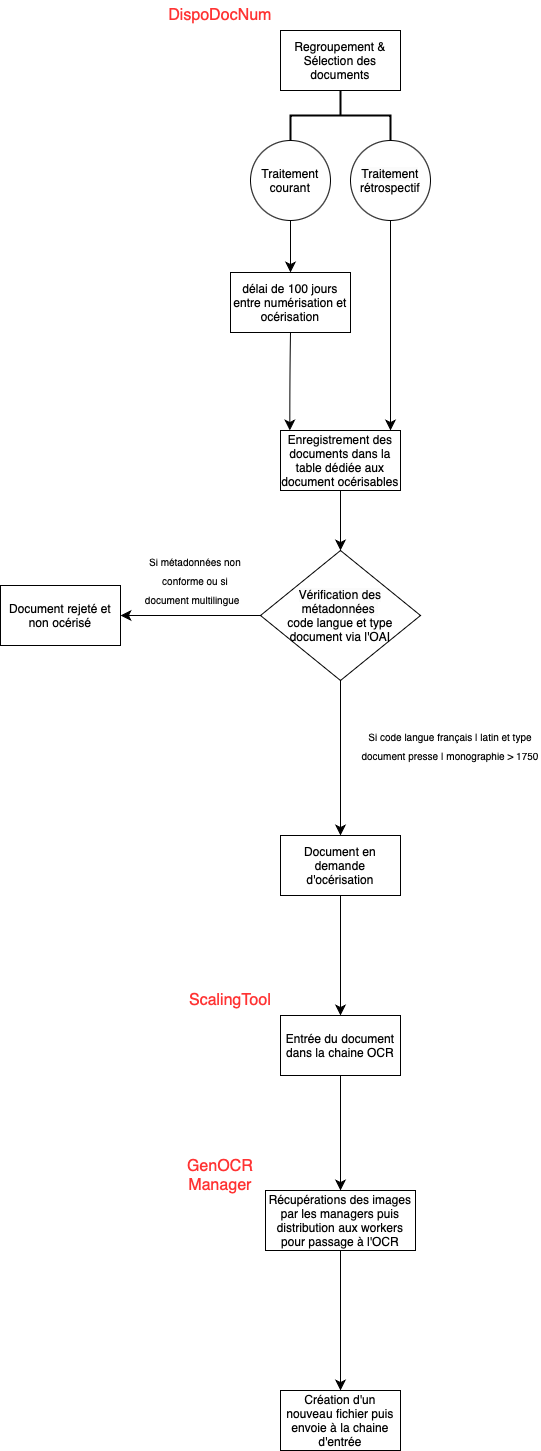
This is chaine_ocr_bnf.drawio.png from MPappia/flask_exercices, a draw.io export, as it was before one commit. Source tidied: cells renumbered, new cells last; positions are measured from the earlier drawing's top-left corner, leaving out a move shared by most shapes.
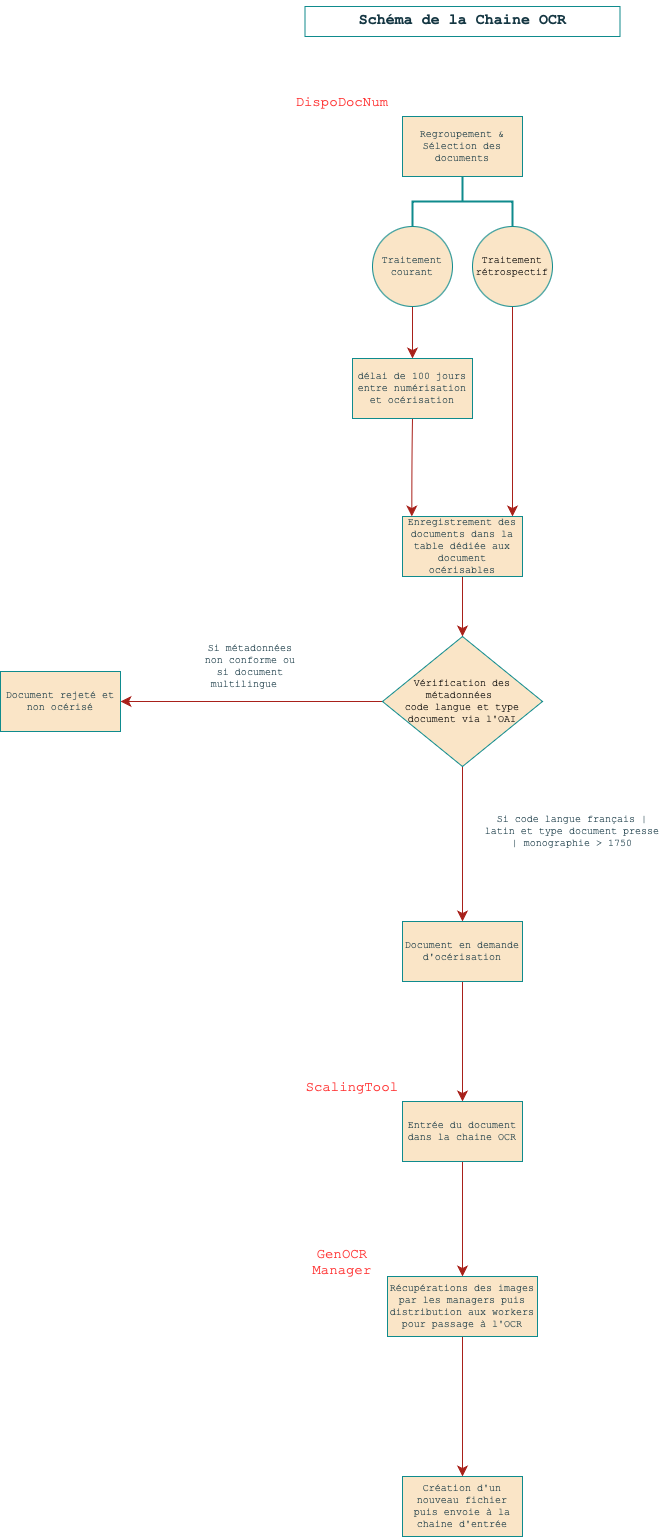
The same file after the commit.

Commit message:
Mettre à jour chaine_ocr_bnf.drawio.png

The edit, as a diff of the source:
```diff
@@ -2,16 +2,16 @@
   <root>
     <mxCell id="0" />
     <mxCell id="1" parent="0" />
-    <mxCell id="2" value="Regroupement &amp;amp; Sélection des documents" style="rounded=0;whiteSpace=wrap;html=1;" parent="1" vertex="1">
+    <mxCell id="2" value="Regroupement &amp;amp; Sélection des documents" style="rounded=0;whiteSpace=wrap;html=1;fontFamily=Courier New;fontSize=10;labelBackgroundColor=none;fillColor=#FAE5C7;strokeColor=#0F8B8D;fontColor=#143642;" parent="1" vertex="1">
       <mxGeometry x="280" y="30" width="120" height="60" as="geometry" />
     </mxCell>
-    <mxCell id="3" style="edgeStyle=none;curved=1;rounded=0;jettySize=auto;html=1;fontSize=12;startSize=8;endSize=8;" parent="1" edge="1" source="4" target="10">
+    <mxCell id="3" style="edgeStyle=none;curved=1;rounded=0;jettySize=auto;html=1;fontSize=10;startSize=8;endSize=8;fontFamily=Courier New;labelBackgroundColor=none;strokeColor=#A8201A;fontColor=default;" parent="1" edge="1" source="4" target="10">
       <mxGeometry relative="1" as="geometry" />
     </mxCell>
-    <mxCell id="4" value="Traitement&lt;div&gt;courant&lt;/div&gt;" style="ellipse;whiteSpace=wrap;html=1;rounded=0;" parent="1" vertex="1">
+    <mxCell id="4" value="Traitement&lt;div style=&quot;font-size: 10px;&quot;&gt;courant&lt;/div&gt;" style="ellipse;whiteSpace=wrap;html=1;rounded=0;fontFamily=Courier New;fontSize=10;labelBackgroundColor=none;fillColor=#FAE5C7;strokeColor=#0F8B8D;fontColor=#143642;" parent="1" vertex="1">
       <mxGeometry x="250" y="140" width="80" height="80" as="geometry" />
     </mxCell>
-    <mxCell id="5" style="edgeStyle=none;curved=1;rounded=0;jettySize=auto;html=1;fontSize=12;startSize=8;endSize=8;exitX=0.5;exitY=1;exitDx=0;exitDy=0;" parent="1" edge="1" source="6">
+    <mxCell id="5" style="edgeStyle=none;curved=1;rounded=0;jettySize=auto;html=1;fontSize=10;startSize=8;endSize=8;exitX=0.5;exitY=1;exitDx=0;exitDy=0;fontFamily=Courier New;labelBackgroundColor=none;strokeColor=#A8201A;fontColor=default;" parent="1" edge="1" source="6">
       <mxGeometry relative="1" as="geometry">
         <mxPoint x="390" y="430" as="targetPoint" />
         <Array as="points">
@@ -20,18 +20,18 @@
         </Array>
       </mxGeometry>
     </mxCell>
-    <mxCell id="6" value="&lt;span style=&quot;caret-color: rgb(0, 0, 0); color: rgb(0, 0, 0); font-family: Helvetica; font-size: 12px; font-style: normal; font-variant-caps: normal; font-weight: 400; letter-spacing: normal; orphans: auto; text-align: center; text-indent: 0px; text-transform: none; white-space: normal; widows: auto; word-spacing: 0px; -webkit-text-stroke-width: 0px; background-color: rgb(251, 251, 251); text-decoration: none; display: inline !important; float: none;&quot;&gt;Traitement&lt;/span&gt;&lt;div style=&quot;caret-color: rgb(0, 0, 0); color: rgb(0, 0, 0); font-family: Helvetica; font-size: 12px; font-style: normal; font-variant-caps: normal; font-weight: 400; letter-spacing: normal; orphans: auto; text-align: center; text-indent: 0px; text-transform: none; white-space: normal; widows: auto; word-spacing: 0px; -webkit-text-stroke-width: 0px; text-decoration: none;&quot;&gt;rétrospectif&lt;/div&gt;" style="ellipse;whiteSpace=wrap;html=1;rounded=0;" parent="1" vertex="1">
+    <mxCell id="6" value="&lt;span style=&quot;caret-color: rgb(0, 0, 0); color: rgb(0, 0, 0); font-size: 10px; font-style: normal; font-variant-caps: normal; font-weight: 400; letter-spacing: normal; text-align: center; text-indent: 0px; text-transform: none; white-space: normal; word-spacing: 0px; -webkit-text-stroke-width: 0px; text-decoration: none; float: none; display: inline !important;&quot;&gt;Traitement&lt;/span&gt;&lt;div style=&quot;caret-color: rgb(0, 0, 0); color: rgb(0, 0, 0); font-size: 10px; font-style: normal; font-variant-caps: normal; font-weight: 400; letter-spacing: normal; text-align: center; text-indent: 0px; text-transform: none; white-space: normal; word-spacing: 0px; -webkit-text-stroke-width: 0px; text-decoration: none;&quot;&gt;rétrospectif&lt;/div&gt;" style="ellipse;whiteSpace=wrap;html=1;rounded=0;fontFamily=Courier New;fontSize=10;labelBackgroundColor=none;fillColor=#FAE5C7;strokeColor=#0F8B8D;fontColor=#143642;" parent="1" vertex="1">
       <mxGeometry x="350" y="140" width="80" height="80" as="geometry" />
     </mxCell>
-    <mxCell id="7" style="edgeStyle=none;curved=1;rounded=0;jettySize=auto;html=1;fontSize=12;startSize=8;endSize=8;" parent="1" edge="1" source="8">
+    <mxCell id="7" style="edgeStyle=none;curved=1;rounded=0;jettySize=auto;html=1;fontSize=10;startSize=8;endSize=8;fontFamily=Courier New;labelBackgroundColor=none;strokeColor=#A8201A;fontColor=default;" parent="1" edge="1" source="8">
       <mxGeometry relative="1" as="geometry">
         <mxPoint x="340" y="550" as="targetPoint" />
       </mxGeometry>
     </mxCell>
-    <mxCell id="8" value="Enregistrement des documents dans la table dédiée aux document océrisables" style="whiteSpace=wrap;html=1;rounded=0;" parent="1" vertex="1">
+    <mxCell id="8" value="Enregistrement des documents dans la table dédiée aux document océrisables" style="whiteSpace=wrap;html=1;rounded=0;fontFamily=Courier New;fontSize=10;labelBackgroundColor=none;fillColor=#FAE5C7;strokeColor=#0F8B8D;fontColor=#143642;" parent="1" vertex="1">
       <mxGeometry x="280" y="430" width="120" height="60" as="geometry" />
     </mxCell>
-    <mxCell id="9" style="edgeStyle=none;curved=1;rounded=0;jettySize=auto;html=1;fontSize=12;startSize=8;endSize=8;exitX=0.5;exitY=1;exitDx=0;exitDy=0;" parent="1" edge="1" source="10">
+    <mxCell id="9" style="edgeStyle=none;curved=1;rounded=0;jettySize=auto;html=1;fontSize=10;startSize=8;endSize=8;exitX=0.5;exitY=1;exitDx=0;exitDy=0;fontFamily=Courier New;labelBackgroundColor=none;strokeColor=#A8201A;fontColor=default;" parent="1" edge="1" source="10">
       <mxGeometry relative="1" as="geometry">
         <mxPoint x="289.3" y="430" as="targetPoint" />
         <Array as="points">
@@ -39,59 +39,62 @@
         </Array>
       </mxGeometry>
     </mxCell>
-    <mxCell id="10" value="délai de 100 jours&lt;div&gt;entre numérisation et océrisation&lt;/div&gt;" style="whiteSpace=wrap;html=1;rounded=0;" parent="1" vertex="1">
+    <mxCell id="10" value="délai de 100 jours&lt;div style=&quot;font-size: 10px;&quot;&gt;entre numérisation et océrisation&lt;/div&gt;" style="whiteSpace=wrap;html=1;rounded=0;fontFamily=Courier New;fontSize=10;labelBackgroundColor=none;fillColor=#FAE5C7;strokeColor=#0F8B8D;fontColor=#143642;" parent="1" vertex="1">
       <mxGeometry x="230" y="272" width="120" height="60" as="geometry" />
     </mxCell>
-    <mxCell id="11" style="edgeStyle=none;curved=1;rounded=0;jettySize=auto;html=1;fontSize=12;startSize=8;endSize=8;" parent="1" edge="1" source="13" target="14">
+    <mxCell id="11" style="edgeStyle=none;curved=1;rounded=0;jettySize=auto;html=1;fontSize=10;startSize=8;endSize=8;fontFamily=Courier New;labelBackgroundColor=none;strokeColor=#A8201A;fontColor=default;" parent="1" edge="1" source="13" target="14">
       <mxGeometry relative="1" as="geometry" />
     </mxCell>
-    <mxCell id="12" style="edgeStyle=none;curved=1;rounded=0;jettySize=auto;html=1;fontSize=12;startSize=8;endSize=8;" parent="1" edge="1" source="13" target="17">
+    <mxCell id="12" style="edgeStyle=none;curved=1;rounded=0;jettySize=auto;html=1;fontSize=10;startSize=8;endSize=8;fontFamily=Courier New;labelBackgroundColor=none;strokeColor=#A8201A;fontColor=default;" parent="1" edge="1" source="13" target="17">
       <mxGeometry relative="1" as="geometry" />
     </mxCell>
-    <mxCell id="13" value="&lt;span style=&quot;caret-color: rgb(0, 0, 0); color: rgb(0, 0, 0); font-family: Helvetica; font-size: 12px; font-style: normal; font-variant-caps: normal; font-weight: 400; letter-spacing: normal; orphans: auto; text-align: center; text-indent: 0px; text-transform: none; white-space: normal; widows: auto; word-spacing: 0px; -webkit-text-stroke-width: 0px; background-color: rgb(251, 251, 251); text-decoration: none; display: inline !important; float: none;&quot;&gt;Vérification des métadonnées&amp;nbsp;&lt;/span&gt;&lt;div style=&quot;caret-color: rgb(0, 0, 0); color: rgb(0, 0, 0); font-family: Helvetica; font-size: 12px; font-style: normal; font-variant-caps: normal; font-weight: 400; letter-spacing: normal; orphans: auto; text-align: center; text-indent: 0px; text-transform: none; white-space: normal; widows: auto; word-spacing: 0px; -webkit-text-stroke-width: 0px; text-decoration: none;&quot;&gt;code langue et type document via l'OAI&lt;/div&gt;" style="rhombus;whiteSpace=wrap;html=1;" parent="1" vertex="1">
+    <mxCell id="13" value="&lt;span style=&quot;caret-color: rgb(0, 0, 0); color: rgb(0, 0, 0); font-size: 10px; font-style: normal; font-variant-caps: normal; font-weight: 400; letter-spacing: normal; text-align: center; text-indent: 0px; text-transform: none; white-space: normal; word-spacing: 0px; -webkit-text-stroke-width: 0px; text-decoration: none; float: none; display: inline !important;&quot;&gt;Vérification des métadonnées&amp;nbsp;&lt;/span&gt;&lt;div style=&quot;caret-color: rgb(0, 0, 0); color: rgb(0, 0, 0); font-size: 10px; font-style: normal; font-variant-caps: normal; font-weight: 400; letter-spacing: normal; text-align: center; text-indent: 0px; text-transform: none; white-space: normal; word-spacing: 0px; -webkit-text-stroke-width: 0px; text-decoration: none;&quot;&gt;code langue et type document via l'OAI&lt;/div&gt;" style="rhombus;whiteSpace=wrap;html=1;fontFamily=Courier New;fontSize=10;labelBackgroundColor=none;fillColor=#FAE5C7;strokeColor=#0F8B8D;fontColor=#143642;" parent="1" vertex="1">
       <mxGeometry x="260" y="550" width="160" height="130" as="geometry" />
     </mxCell>
-    <mxCell id="14" value="Document rejeté et non océrisé" style="whiteSpace=wrap;html=1;" parent="1" vertex="1">
-      <mxGeometry y="585" width="120" height="60" as="geometry" />
+    <mxCell id="14" value="Document rejeté et non océrisé" style="whiteSpace=wrap;html=1;fontFamily=Courier New;fontSize=10;labelBackgroundColor=none;fillColor=#FAE5C7;strokeColor=#0F8B8D;fontColor=#143642;" parent="1" vertex="1">
+      <mxGeometry x="-122" y="585" width="120" height="60" as="geometry" />
     </mxCell>
-    <mxCell id="15" value="&lt;font style=&quot;font-size: 10px;&quot;&gt;Si métadonnées non conforme ou si document multilingue &amp;nbsp;&lt;/font&gt;" style="text;html=1;align=center;verticalAlign=middle;whiteSpace=wrap;rounded=0;fontSize=16;" parent="1" vertex="1">
-      <mxGeometry x="140" y="550" width="110" height="60" as="geometry" />
+    <mxCell id="15" value="&lt;font style=&quot;font-size: 10px;&quot;&gt;Si métadonnées non conforme ou si document multilingue &amp;nbsp;&lt;/font&gt;" style="text;html=1;align=center;verticalAlign=middle;whiteSpace=wrap;rounded=0;fontSize=10;fontFamily=Courier New;labelBackgroundColor=none;fontColor=#143642;" parent="1" vertex="1">
+      <mxGeometry x="72.5" y="550" width="110" height="60" as="geometry" />
     </mxCell>
-    <mxCell id="16" style="edgeStyle=none;curved=1;rounded=0;jettySize=auto;html=1;fontSize=12;startSize=8;endSize=8;" parent="1" edge="1" source="17" target="20">
+    <mxCell id="16" style="edgeStyle=none;curved=1;rounded=0;jettySize=auto;html=1;fontSize=10;startSize=8;endSize=8;fontFamily=Courier New;labelBackgroundColor=none;strokeColor=#A8201A;fontColor=default;" parent="1" edge="1" source="17" target="20">
       <mxGeometry relative="1" as="geometry" />
     </mxCell>
-    <mxCell id="17" value="Document en demande d'océrisation" style="whiteSpace=wrap;html=1;" parent="1" vertex="1">
+    <mxCell id="17" value="Document en demande d'océrisation" style="whiteSpace=wrap;html=1;fontFamily=Courier New;fontSize=10;labelBackgroundColor=none;fillColor=#FAE5C7;strokeColor=#0F8B8D;fontColor=#143642;" parent="1" vertex="1">
       <mxGeometry x="280" y="835" width="120" height="60" as="geometry" />
     </mxCell>
-    <mxCell id="18" value="&lt;font style=&quot;font-size: 10px;&quot;&gt;Si code langue français | latin et type document presse | monographie &amp;gt; 1750&lt;/font&gt;" style="text;html=1;align=center;verticalAlign=middle;whiteSpace=wrap;rounded=0;fontSize=16;" parent="1" vertex="1">
+    <mxCell id="18" value="&lt;font style=&quot;font-size: 10px;&quot;&gt;Si code langue français | latin et type document presse | monographie &amp;gt; 1750&lt;/font&gt;" style="text;html=1;align=center;verticalAlign=middle;whiteSpace=wrap;rounded=0;fontSize=10;fontFamily=Courier New;labelBackgroundColor=none;fontColor=#143642;" parent="1" vertex="1">
       <mxGeometry x="360" y="720" width="180" height="50" as="geometry" />
     </mxCell>
-    <mxCell id="19" style="edgeStyle=none;curved=1;rounded=0;jettySize=auto;html=1;fontSize=12;startSize=8;endSize=8;" parent="1" edge="1" source="20" target="24">
+    <mxCell id="19" style="edgeStyle=none;curved=1;rounded=0;jettySize=auto;html=1;fontSize=10;startSize=8;endSize=8;fontFamily=Courier New;labelBackgroundColor=none;strokeColor=#A8201A;fontColor=default;" parent="1" edge="1" source="20" target="24">
       <mxGeometry relative="1" as="geometry" />
     </mxCell>
-    <mxCell id="20" value="Entrée du document dans la chaine OCR" style="whiteSpace=wrap;html=1;" parent="1" vertex="1">
+    <mxCell id="20" value="Entrée du document dans la chaine OCR" style="whiteSpace=wrap;html=1;fontFamily=Courier New;fontSize=10;labelBackgroundColor=none;fillColor=#FAE5C7;strokeColor=#0F8B8D;fontColor=#143642;" parent="1" vertex="1">
       <mxGeometry x="280" y="1015" width="120" height="60" as="geometry" />
     </mxCell>
-    <mxCell id="21" value="&lt;font color=&quot;#ff3333&quot;&gt;DispoDocNum&lt;/font&gt;" style="text;html=1;align=center;verticalAlign=middle;whiteSpace=wrap;rounded=0;fontSize=16;" parent="1" vertex="1">
+    <mxCell id="21" value="&lt;font style=&quot;font-size: 14px;&quot; color=&quot;#ff3333&quot;&gt;DispoDocNum&lt;/font&gt;" style="text;html=1;align=center;verticalAlign=middle;whiteSpace=wrap;rounded=0;fontSize=14;fontFamily=Courier New;labelBackgroundColor=none;fontColor=#143642;" parent="1" vertex="1">
       <mxGeometry x="160" width="120" height="30" as="geometry" />
     </mxCell>
-    <mxCell id="22" value="&lt;font color=&quot;#ff3333&quot;&gt;ScalingTool&lt;/font&gt;" style="text;html=1;align=center;verticalAlign=middle;whiteSpace=wrap;rounded=0;fontSize=16;" parent="1" vertex="1">
+    <mxCell id="22" value="&lt;font style=&quot;font-size: 14px;&quot; color=&quot;#ff3333&quot;&gt;ScalingTool&lt;/font&gt;" style="text;html=1;align=center;verticalAlign=middle;whiteSpace=wrap;rounded=0;fontSize=14;fontFamily=Courier New;labelBackgroundColor=none;fontColor=#143642;" parent="1" vertex="1">
       <mxGeometry x="180" y="985" width="100" height="30" as="geometry" />
     </mxCell>
-    <mxCell id="23" style="edgeStyle=none;curved=1;rounded=0;jettySize=auto;html=1;fontSize=12;startSize=8;endSize=8;" parent="1" edge="1" source="24" target="25">
+    <mxCell id="23" style="edgeStyle=none;curved=1;rounded=0;jettySize=auto;html=1;fontSize=10;startSize=8;endSize=8;fontFamily=Courier New;labelBackgroundColor=none;strokeColor=#A8201A;fontColor=default;" parent="1" edge="1" source="24" target="25">
       <mxGeometry relative="1" as="geometry" />
     </mxCell>
-    <mxCell id="24" value="Récupérations des images par les managers puis distribution aux workers pour passage à l'OCR" style="whiteSpace=wrap;html=1;" parent="1" vertex="1">
+    <mxCell id="24" value="Récupérations des images par les managers puis distribution aux workers pour passage à l'OCR" style="whiteSpace=wrap;html=1;fontFamily=Courier New;fontSize=10;labelBackgroundColor=none;fillColor=#FAE5C7;strokeColor=#0F8B8D;fontColor=#143642;" parent="1" vertex="1">
       <mxGeometry x="265" y="1190" width="150" height="60" as="geometry" />
     </mxCell>
-    <mxCell id="25" value="Création d'un nouveau fichier puis envoie à la chaine d'entrée" style="whiteSpace=wrap;html=1;" parent="1" vertex="1">
+    <mxCell id="25" value="Création d'un nouveau fichier puis envoie à la chaine d'entrée" style="whiteSpace=wrap;html=1;fontFamily=Courier New;fontSize=10;labelBackgroundColor=none;fillColor=#FAE5C7;strokeColor=#0F8B8D;fontColor=#143642;" parent="1" vertex="1">
       <mxGeometry x="280" y="1390" width="120" height="60" as="geometry" />
     </mxCell>
-    <mxCell id="26" value="&lt;font color=&quot;#ff3333&quot;&gt;GenOCR Manager&lt;/font&gt;" style="text;html=1;align=center;verticalAlign=middle;whiteSpace=wrap;rounded=0;fontSize=16;" parent="1" vertex="1">
+    <mxCell id="26" value="&lt;font style=&quot;font-size: 14px;&quot; color=&quot;#ff3333&quot;&gt;GenOCR Manager&lt;/font&gt;" style="text;html=1;align=center;verticalAlign=middle;whiteSpace=wrap;rounded=0;fontSize=14;fontFamily=Courier New;labelBackgroundColor=none;fontColor=#143642;" parent="1" vertex="1">
       <mxGeometry x="170" y="1160" width="100" height="30" as="geometry" />
     </mxCell>
-    <mxCell id="27" style="strokeWidth=2;html=1;shape=mxgraph.flowchart.annotation_2;align=left;labelPosition=right;direction=south;" parent="1" vertex="1">
+    <mxCell id="27" style="strokeWidth=2;html=1;shape=mxgraph.flowchart.annotation_2;align=left;labelPosition=right;direction=south;fontFamily=Courier New;fontSize=10;labelBackgroundColor=none;fillColor=#FAE5C7;strokeColor=#0F8B8D;fontColor=#143642;" parent="1" vertex="1">
       <mxGeometry x="290" y="90" width="100" height="50" as="geometry" />
     </mxCell>
+    <mxCell id="28" value="&lt;h2 style=&quot;font-size: 15px;&quot;&gt;Schéma de la Chaine OCR&lt;/h2&gt;" style="text;html=1;align=center;verticalAlign=middle;whiteSpace=wrap;rounded=0;strokeColor=#0F8B8D;fontFamily=Courier New;fontSize=15;labelBackgroundColor=none;fontColor=#143642;" parent="1" vertex="1">
+      <mxGeometry x="182.5" y="-80" width="315" height="30" as="geometry" />
+    </mxCell>
   </root>
 </mxGraphModel>
```
